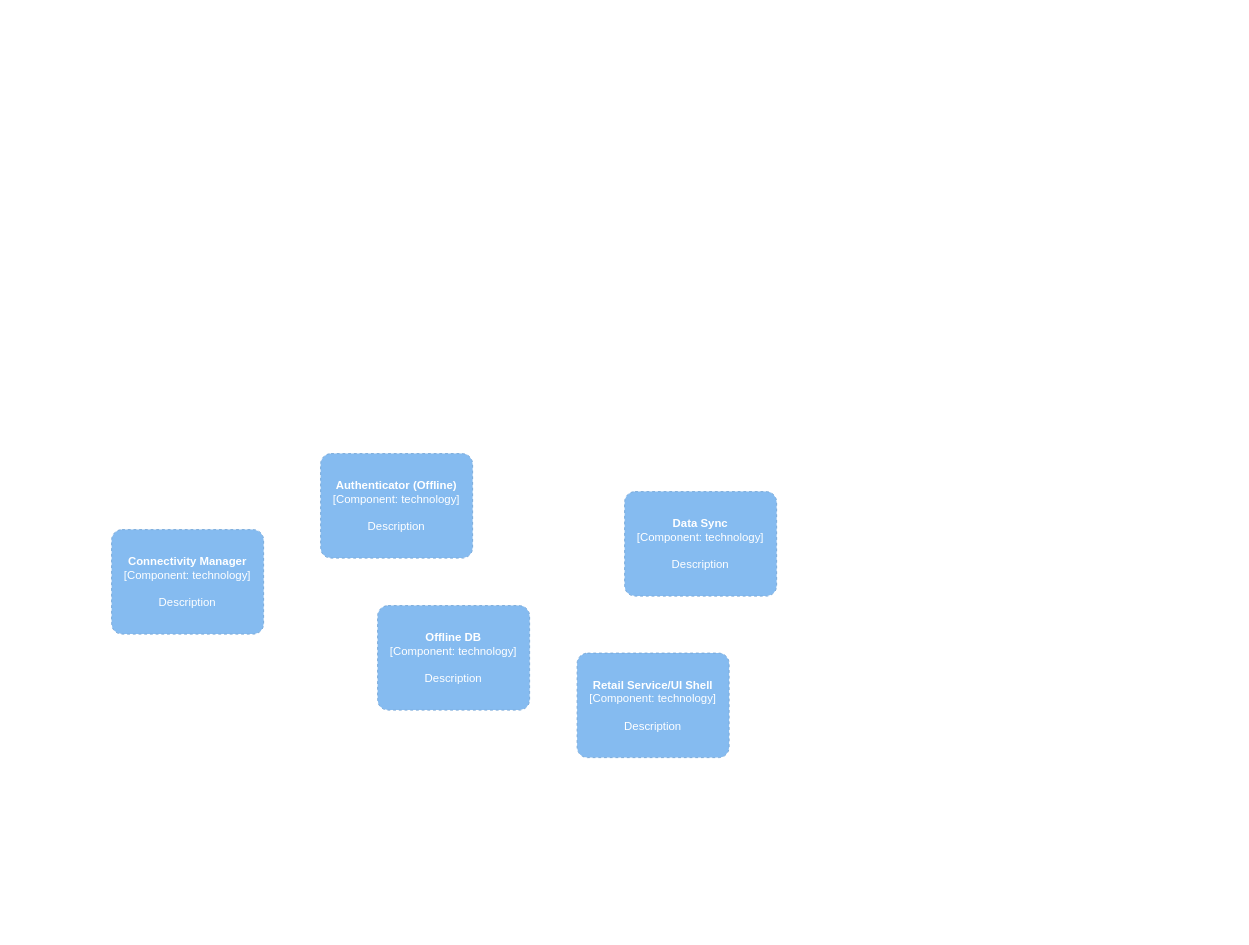
This is page "Page-2" (2 of 7) of Component-Retial.drawio from jayakumargit/Test1, a draw.io file, before an edit. Source tidied: cells renumbered, new cells numbered last; positions are measured from the earlier drawing's top-left corner, leaving out a move shared by most shapes. Both pictures are drawn from the tidied source at 95%, with x=0, y=0 at pixel (111, 453).
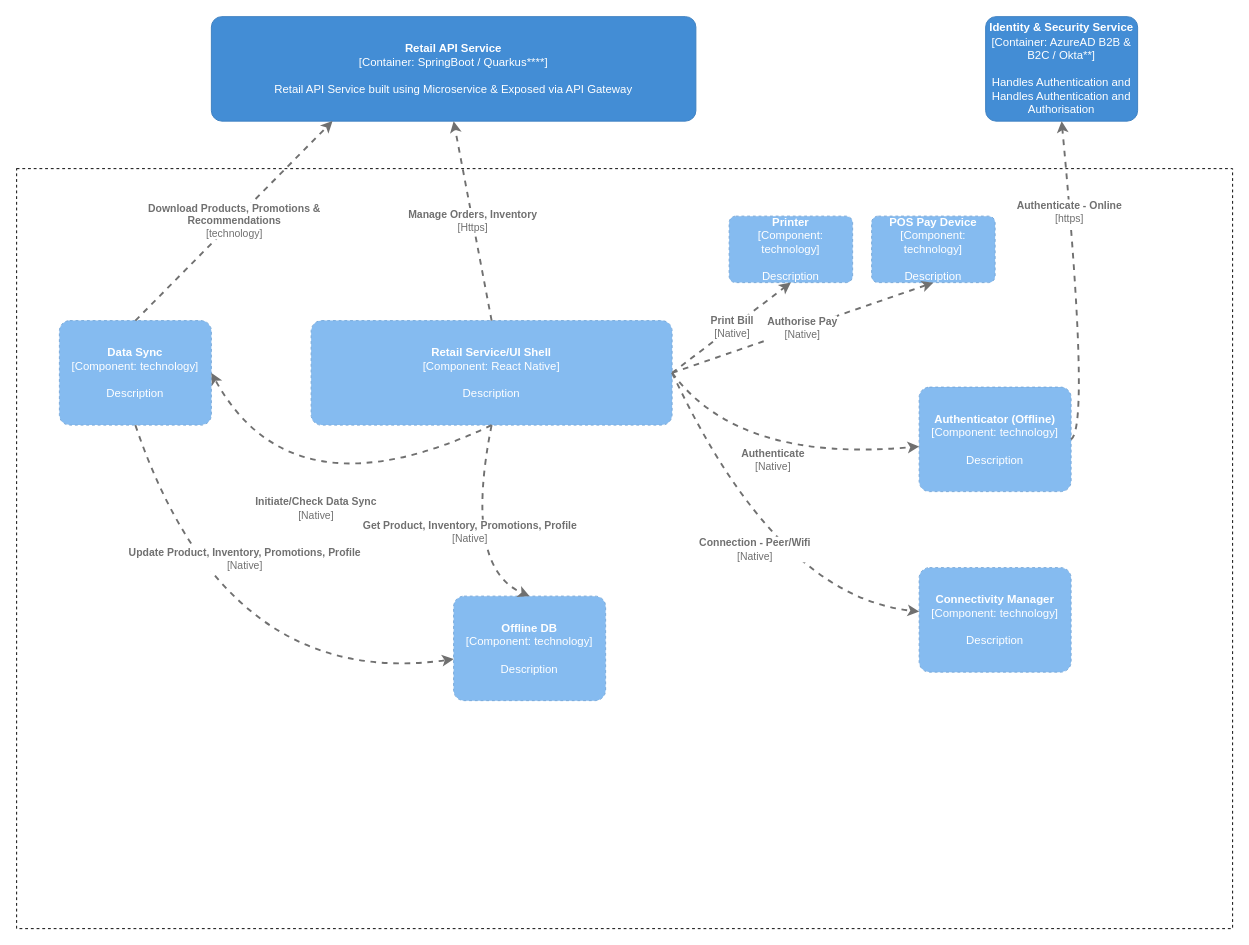
The same diagram, later.

The edit, as a diff of the source:
```diff
@@
+    <mxCell id="7" style="rounded=0;whiteSpace=wrap;html=1;dashed=1;fillColor=#FFFFFF;" parent="1" vertex="1">
+      <mxGeometry x="-100" y="-300" width="1280" height="800" as="geometry" />
+    </mxCell>
     <object id="2" label="&lt;b&gt;%c4Name%&lt;/b&gt;&lt;div&gt;[%c4Type%: %c4Technology%]&lt;/div&gt;&lt;br&gt;&lt;div&gt;%c4Description%&lt;/div&gt;" c4Description="Description" c4Name="Authenticator (Offline)" c4Technology="technology" c4Type="Component" placeholders="1">
       <mxCell style="rounded=1;whiteSpace=wrap;html=1;labelBackgroundColor=none;fillColor=#85BBF0;fontColor=#ffffff;align=center;arcSize=10;strokeColor=#78A8D8;metaData={&quot;c4Type&quot;:{&quot;editable&quot;:false}};points=[[0.25,0,0],[0.5,0,0],[0.75,0,0],[1,0.25,0],[1,0.5,0],[1,0.75,0],[0.75,1,0],[0.5,1,0],[0.25,1,0],[0,0.75,0],[0,0.5,0],[0,0.25,0]];dashed=1;" parent="1" vertex="1">
-        <mxGeometry x="220" width="160" height="110" as="geometry" />
+        <mxGeometry x="850" y="-70" width="160" height="110" as="geometry" />
       </mxCell>
     </object>
     <object id="3" label="&lt;b&gt;%c4Name%&lt;/b&gt;&lt;div&gt;[%c4Type%: %c4Technology%]&lt;/div&gt;&lt;br&gt;&lt;div&gt;%c4Description%&lt;/div&gt;" c4Description="Description" c4Name="Connectivity Manager" c4Technology="technology" c4Type="Component" placeholders="1">
       <mxCell style="rounded=1;whiteSpace=wrap;html=1;labelBackgroundColor=none;fillColor=#85BBF0;fontColor=#ffffff;align=center;arcSize=10;strokeColor=#78A8D8;metaData={&quot;c4Type&quot;:{&quot;editable&quot;:false}};points=[[0.25,0,0],[0.5,0,0],[0.75,0,0],[1,0.25,0],[1,0.5,0],[1,0.75,0],[0.75,1,0],[0.5,1,0],[0.25,1,0],[0,0.75,0],[0,0.5,0],[0,0.25,0]];dashed=1;" parent="1" vertex="1">
-        <mxGeometry y="80" width="160" height="110" as="geometry" />
+        <mxGeometry x="850" y="120" width="160" height="110" as="geometry" />
       </mxCell>
     </object>
     <object id="4" label="&lt;b&gt;%c4Name%&lt;/b&gt;&lt;div&gt;[%c4Type%: %c4Technology%]&lt;/div&gt;&lt;br&gt;&lt;div&gt;%c4Description%&lt;/div&gt;" c4Description="Description" c4Name="Data Sync" c4Technology="technology" c4Type="Component" placeholders="1">
       <mxCell style="rounded=1;whiteSpace=wrap;html=1;labelBackgroundColor=none;fillColor=#85BBF0;fontColor=#ffffff;align=center;arcSize=10;strokeColor=#78A8D8;metaData={&quot;c4Type&quot;:{&quot;editable&quot;:false}};points=[[0.25,0,0],[0.5,0,0],[0.75,0,0],[1,0.25,0],[1,0.5,0],[1,0.75,0],[0.75,1,0],[0.5,1,0],[0.25,1,0],[0,0.75,0],[0,0.5,0],[0,0.25,0]];dashed=1;" parent="1" vertex="1">
-        <mxGeometry x="540" y="40" width="160" height="110" as="geometry" />
+        <mxGeometry x="-55" y="-140" width="160" height="110" as="geometry" />
       </mxCell>
     </object>
     <object id="5" label="&lt;b&gt;%c4Name%&lt;/b&gt;&lt;div&gt;[%c4Type%: %c4Technology%]&lt;/div&gt;&lt;br&gt;&lt;div&gt;%c4Description%&lt;/div&gt;" c4Description="Description" c4Name="Offline DB" c4Technology="technology" c4Type="Component" placeholders="1">
       <mxCell style="rounded=1;whiteSpace=wrap;html=1;labelBackgroundColor=none;fillColor=#85BBF0;fontColor=#ffffff;align=center;arcSize=10;strokeColor=#78A8D8;metaData={&quot;c4Type&quot;:{&quot;editable&quot;:false}};points=[[0.25,0,0],[0.5,0,0],[0.75,0,0],[1,0.25,0],[1,0.5,0],[1,0.75,0],[0.75,1,0],[0.5,1,0],[0.25,1,0],[0,0.75,0],[0,0.5,0],[0,0.25,0]];dashed=1;" parent="1" vertex="1">
-        <mxGeometry x="280" y="160" width="160" height="110" as="geometry" />
+        <mxGeometry x="360" y="150" width="160" height="110" as="geometry" />
       </mxCell>
     </object>
-    <object id="6" label="&lt;b&gt;%c4Name%&lt;/b&gt;&lt;div&gt;[%c4Type%: %c4Technology%]&lt;/div&gt;&lt;br&gt;&lt;div&gt;%c4Description%&lt;/div&gt;" c4Description="Description" c4Name="Retail Service/UI Shell" c4Technology="technology" c4Type="Component" placeholders="1">
+    <object id="6" label="&lt;b&gt;%c4Name%&lt;/b&gt;&lt;div&gt;[%c4Type%: %c4Technology%]&lt;/div&gt;&lt;br&gt;&lt;div&gt;%c4Description%&lt;/div&gt;" c4Description="Description" c4Name="Retail Service/UI Shell" c4Technology="React Native" c4Type="Component" placeholders="1">
       <mxCell style="rounded=1;whiteSpace=wrap;html=1;labelBackgroundColor=none;fillColor=#85BBF0;fontColor=#ffffff;align=center;arcSize=10;strokeColor=#78A8D8;metaData={&quot;c4Type&quot;:{&quot;editable&quot;:false}};points=[[0.25,0,0],[0.5,0,0],[0.75,0,0],[1,0.25,0],[1,0.5,0],[1,0.75,0],[0.75,1,0],[0.5,1,0],[0.25,1,0],[0,0.75,0],[0,0.5,0],[0,0.25,0]];dashed=1;" parent="1" vertex="1">
-        <mxGeometry x="490" y="210" width="160" height="110" as="geometry" />
+        <mxGeometry x="210" y="-140" width="380" height="110" as="geometry" />
       </mxCell>
     </object>
+    <object id="8" label="&lt;div style=&quot;text-align: left&quot;&gt;&lt;div style=&quot;text-align: center&quot;&gt;&lt;b&gt;%c4Description%&lt;/b&gt;&lt;/div&gt;&lt;div style=&quot;text-align: center&quot;&gt;[%c4Technology%]&lt;/div&gt;&lt;/div&gt;" c4Description="Authenticate" c4Technology="Native" placeholders="1">
+      <mxCell style="edgeStyle=none;html=1;jettySize=auto;strokeColor=#707070;strokeWidth=2;fontColor=#707070;jumpStyle=none;dashed=1;metaData={&quot;c4Type&quot;:{&quot;editable&quot;:false}};exitX=1;exitY=0.5;exitDx=0;exitDy=0;exitPerimeter=0;curved=1;" parent="1" edge="1" source="6" target="2">
+        <mxGeometry relative="1" as="geometry">
+          <Array as="points">
+            <mxPoint x="660" y="10" />
+          </Array>
+        </mxGeometry>
+      </mxCell>
+    </object>
+    <object id="9" label="&lt;div style=&quot;text-align: left&quot;&gt;&lt;div style=&quot;text-align: center&quot;&gt;&lt;b&gt;%c4Description%&lt;/b&gt;&lt;/div&gt;&lt;div style=&quot;text-align: center&quot;&gt;[%c4Technology%]&lt;/div&gt;&lt;/div&gt;" c4Description="Initiate/Check Data Sync" c4Technology="Native" placeholders="1">
+      <mxCell style="edgeStyle=none;html=1;entryX=1;entryY=0.5;jettySize=auto;strokeColor=#707070;strokeWidth=2;fontColor=#707070;jumpStyle=none;dashed=1;metaData={&quot;c4Type&quot;:{&quot;editable&quot;:false}};exitX=0.5;exitY=1;exitDx=0;exitDy=0;exitPerimeter=0;entryDx=0;entryDy=0;entryPerimeter=0;curved=1;" parent="1" edge="1" source="6" target="4">
+        <mxGeometry relative="1" as="geometry">
+          <Array as="points">
+            <mxPoint x="190" y="70" />
+          </Array>
+        </mxGeometry>
+      </mxCell>
+    </object>
+    <object id="10" label="&lt;b&gt;%c4Name%&lt;/b&gt;&lt;div&gt;[%c4Type%: %c4Technology%]&lt;/div&gt;&lt;br&gt;&lt;div&gt;%c4Description%&lt;/div&gt;" c4Description="Retail API Service built using Microservice &amp; Exposed via API Gateway" c4Name="Retail API Service" c4Technology="SpringBoot / Quarkus****" c4Type="Container" placeholders="1">
+      <mxCell style="rounded=1;whiteSpace=wrap;html=1;labelBackgroundColor=none;fillColor=#438DD5;fontColor=#ffffff;align=center;arcSize=10;strokeColor=#3C7FC0;metaData={&quot;c4Type&quot;:{&quot;editable&quot;:false}};points=[[0.25,0,0],[0.5,0,0],[0.75,0,0],[1,0.25,0],[1,0.5,0],[1,0.75,0],[0.75,1,0],[0.5,1,0],[0.25,1,0],[0,0.75,0],[0,0.5,0],[0,0.25,0]];" parent="1" vertex="1">
+        <mxGeometry x="105" y="-460" width="510" height="110" as="geometry" />
+      </mxCell>
+    </object>
+    <object id="11" label="&lt;div style=&quot;text-align: left&quot;&gt;&lt;div style=&quot;text-align: center&quot;&gt;&lt;b&gt;%c4Description%&lt;/b&gt;&lt;/div&gt;&lt;div style=&quot;text-align: center&quot;&gt;[%c4Technology%]&lt;/div&gt;&lt;/div&gt;" c4Description="Download Products, Promotions &amp; &#10;Recommendations" c4Technology="technology" placeholders="1">
+      <mxCell style="edgeStyle=none;rounded=0;html=1;entryX=0.25;entryY=1;jettySize=auto;strokeColor=#707070;strokeWidth=2;fontColor=#707070;jumpStyle=none;dashed=1;metaData={&quot;c4Type&quot;:{&quot;editable&quot;:false}};exitX=0.5;exitY=0;exitDx=0;exitDy=0;exitPerimeter=0;entryDx=0;entryDy=0;entryPerimeter=0;" parent="1" edge="1" source="4" target="10">
+        <mxGeometry relative="1" as="geometry" />
+      </mxCell>
+    </object>
+    <object id="12" label="&lt;div style=&quot;text-align: left&quot;&gt;&lt;div style=&quot;text-align: center&quot;&gt;&lt;b&gt;%c4Description%&lt;/b&gt;&lt;/div&gt;&lt;div style=&quot;text-align: center&quot;&gt;[%c4Technology%]&lt;/div&gt;&lt;/div&gt;" c4Description="Manage Orders, Inventory" c4Technology="Https" placeholders="1">
+      <mxCell style="edgeStyle=none;rounded=0;html=1;entryX=0.5;entryY=1;jettySize=auto;strokeColor=#707070;strokeWidth=2;fontColor=#707070;jumpStyle=none;dashed=1;metaData={&quot;c4Type&quot;:{&quot;editable&quot;:false}};entryDx=0;entryDy=0;entryPerimeter=0;exitX=0.5;exitY=0;exitDx=0;exitDy=0;exitPerimeter=0;" parent="1" edge="1" source="6" target="10">
+        <mxGeometry relative="1" as="geometry" />
+      </mxCell>
+    </object>
+    <object id="13" label="&lt;b&gt;%c4Name%&lt;/b&gt;&lt;div&gt;[%c4Type%: %c4Technology%]&lt;/div&gt;&lt;br&gt;&lt;div&gt;%c4Description%&lt;/div&gt;" c4Description="Handles Authentication and Handles Authentication and Authorisation" c4Name="Identity &amp; Security Service" c4Technology="AzureAD B2B &amp; B2C / Okta**" c4Type="Container" placeholders="1">
+      <mxCell style="rounded=1;whiteSpace=wrap;html=1;labelBackgroundColor=none;fillColor=#438DD5;fontColor=#ffffff;align=center;arcSize=10;strokeColor=#3C7FC0;metaData={&quot;c4Type&quot;:{&quot;editable&quot;:false}};points=[[0.25,0,0],[0.5,0,0],[0.75,0,0],[1,0.25,0],[1,0.5,0],[1,0.75,0],[0.75,1,0],[0.5,1,0],[0.25,1,0],[0,0.75,0],[0,0.5,0],[0,0.25,0]];" parent="1" vertex="1">
+        <mxGeometry x="920" y="-460" width="160" height="110" as="geometry" />
+      </mxCell>
+    </object>
+    <object id="14" label="&lt;div style=&quot;text-align: left&quot;&gt;&lt;div style=&quot;text-align: center&quot;&gt;&lt;b&gt;%c4Description%&lt;/b&gt;&lt;/div&gt;&lt;div style=&quot;text-align: center&quot;&gt;[%c4Technology%]&lt;/div&gt;&lt;/div&gt;" c4Description="Authenticate - Online" c4Technology="https" placeholders="1">
+      <mxCell style="edgeStyle=none;html=1;entryX=0.5;entryY=1;jettySize=auto;strokeColor=#707070;strokeWidth=2;fontColor=#707070;jumpStyle=none;dashed=1;metaData={&quot;c4Type&quot;:{&quot;editable&quot;:false}};exitX=1;exitY=0.5;exitDx=0;exitDy=0;exitPerimeter=0;entryDx=0;entryDy=0;entryPerimeter=0;curved=1;" parent="1" edge="1" source="2" target="13">
+        <mxGeometry x="0.44" y="1" relative="1" as="geometry">
+          <Array as="points">
+            <mxPoint x="1030" y="-30" />
+          </Array>
+          <mxPoint y="-1" as="offset" />
+        </mxGeometry>
+      </mxCell>
+    </object>
+    <object id="15" label="&lt;div style=&quot;text-align: left&quot;&gt;&lt;div style=&quot;text-align: center&quot;&gt;&lt;b&gt;%c4Description%&lt;/b&gt;&lt;/div&gt;&lt;div style=&quot;text-align: center&quot;&gt;[%c4Technology%]&lt;/div&gt;&lt;/div&gt;" c4Description="Connection - Peer/Wifi" c4Technology="Native" placeholders="1">
+      <mxCell style="edgeStyle=none;html=1;jettySize=auto;strokeColor=#707070;strokeWidth=2;fontColor=#707070;jumpStyle=none;dashed=1;metaData={&quot;c4Type&quot;:{&quot;editable&quot;:false}};exitX=1;exitY=0.5;exitDx=0;exitDy=0;exitPerimeter=0;curved=1;" parent="1" edge="1" source="6" target="3">
+        <mxGeometry relative="1" as="geometry">
+          <Array as="points">
+            <mxPoint x="700" y="150" />
+          </Array>
+        </mxGeometry>
+      </mxCell>
+    </object>
+    <object id="16" label="&lt;div style=&quot;text-align: left&quot;&gt;&lt;div style=&quot;text-align: center&quot;&gt;&lt;b&gt;%c4Description%&lt;/b&gt;&lt;/div&gt;&lt;div style=&quot;text-align: center&quot;&gt;[%c4Technology%]&lt;/div&gt;&lt;/div&gt;" c4Description="Update Product, Inventory, Promotions, Profile" c4Technology="Native" placeholders="1">
+      <mxCell style="edgeStyle=none;html=1;jettySize=auto;strokeColor=#707070;strokeWidth=2;fontColor=#707070;jumpStyle=none;dashed=1;metaData={&quot;c4Type&quot;:{&quot;editable&quot;:false}};exitX=0.5;exitY=1;exitDx=0;exitDy=0;exitPerimeter=0;curved=1;" parent="1" edge="1" source="4" target="5">
+        <mxGeometry x="-0.36" y="64" relative="1" as="geometry">
+          <Array as="points">
+            <mxPoint x="120" y="250" />
+          </Array>
+          <mxPoint x="-1" y="-1" as="offset" />
+        </mxGeometry>
+      </mxCell>
+    </object>
+    <object id="17" label="&lt;div style=&quot;text-align: left&quot;&gt;&lt;div style=&quot;text-align: center&quot;&gt;&lt;b&gt;%c4Description%&lt;/b&gt;&lt;/div&gt;&lt;div style=&quot;text-align: center&quot;&gt;[%c4Technology%]&lt;/div&gt;&lt;/div&gt;" c4Description="Get Product, Inventory, Promotions, Profile" c4Technology="Native" placeholders="1">
+      <mxCell style="edgeStyle=none;html=1;entryX=0.5;entryY=0;jettySize=auto;strokeColor=#707070;strokeWidth=2;fontColor=#707070;jumpStyle=none;dashed=1;metaData={&quot;c4Type&quot;:{&quot;editable&quot;:false}};exitX=0.5;exitY=1;exitDx=0;exitDy=0;exitPerimeter=0;entryDx=0;entryDy=0;entryPerimeter=0;curved=1;" parent="1" edge="1" source="6" target="5">
+        <mxGeometry relative="1" as="geometry">
+          <Array as="points">
+            <mxPoint x="370" y="120" />
+          </Array>
+        </mxGeometry>
+      </mxCell>
+    </object>
+    <object id="18" label="&lt;b&gt;%c4Name%&lt;/b&gt;&lt;div&gt;[%c4Type%: %c4Technology%]&lt;/div&gt;&lt;br&gt;&lt;div&gt;%c4Description%&lt;/div&gt;" c4Description="Description" c4Name="Printer" c4Technology="technology" c4Type="Component" placeholders="1">
+      <mxCell style="rounded=1;whiteSpace=wrap;html=1;labelBackgroundColor=none;fillColor=#85BBF0;fontColor=#ffffff;align=center;arcSize=10;strokeColor=#78A8D8;metaData={&quot;c4Type&quot;:{&quot;editable&quot;:false}};points=[[0.25,0,0],[0.5,0,0],[0.75,0,0],[1,0.25,0],[1,0.5,0],[1,0.75,0],[0.75,1,0],[0.5,1,0],[0.25,1,0],[0,0.75,0],[0,0.5,0],[0,0.25,0]];dashed=1;" parent="1" vertex="1">
+        <mxGeometry x="650" y="-250" width="130" height="70" as="geometry" />
+      </mxCell>
+    </object>
+    <object id="19" label="&lt;b&gt;%c4Name%&lt;/b&gt;&lt;div&gt;[%c4Type%: %c4Technology%]&lt;/div&gt;&lt;br&gt;&lt;div&gt;%c4Description%&lt;/div&gt;" c4Description="Description" c4Name="POS Pay Device" c4Technology="technology" c4Type="Component" placeholders="1">
+      <mxCell style="rounded=1;whiteSpace=wrap;html=1;labelBackgroundColor=none;fillColor=#85BBF0;fontColor=#ffffff;align=center;arcSize=10;strokeColor=#78A8D8;metaData={&quot;c4Type&quot;:{&quot;editable&quot;:false}};points=[[0.25,0,0],[0.5,0,0],[0.75,0,0],[1,0.25,0],[1,0.5,0],[1,0.75,0],[0.75,1,0],[0.5,1,0],[0.25,1,0],[0,0.75,0],[0,0.5,0],[0,0.25,0]];dashed=1;" parent="1" vertex="1">
+        <mxGeometry x="800" y="-250" width="130" height="70" as="geometry" />
+      </mxCell>
+    </object>
+    <object id="20" label="&lt;div style=&quot;text-align: left&quot;&gt;&lt;div style=&quot;text-align: center&quot;&gt;&lt;b&gt;%c4Description%&lt;/b&gt;&lt;/div&gt;&lt;div style=&quot;text-align: center&quot;&gt;[%c4Technology%]&lt;/div&gt;&lt;/div&gt;" c4Description="Print Bill" c4Technology="Native" placeholders="1">
+      <mxCell style="edgeStyle=none;rounded=0;html=1;entryX=0.5;entryY=1;jettySize=auto;strokeColor=#707070;strokeWidth=2;fontColor=#707070;jumpStyle=none;dashed=1;metaData={&quot;c4Type&quot;:{&quot;editable&quot;:false}};entryDx=0;entryDy=0;entryPerimeter=0;exitX=1;exitY=0.5;exitDx=0;exitDy=0;exitPerimeter=0;" parent="1" edge="1" source="6" target="18">
+        <mxGeometry relative="1" as="geometry" />
+      </mxCell>
+    </object>
+    <object id="21" label="&lt;div style=&quot;text-align: left&quot;&gt;&lt;div style=&quot;text-align: center&quot;&gt;&lt;b&gt;%c4Description%&lt;/b&gt;&lt;/div&gt;&lt;div style=&quot;text-align: center&quot;&gt;[%c4Technology%]&lt;/div&gt;&lt;/div&gt;" c4Description="Authorise Pay" c4Technology="Native" placeholders="1">
+      <mxCell style="edgeStyle=none;rounded=0;html=1;entryX=0.5;entryY=1;jettySize=auto;strokeColor=#707070;strokeWidth=2;fontColor=#707070;jumpStyle=none;dashed=1;metaData={&quot;c4Type&quot;:{&quot;editable&quot;:false}};entryDx=0;entryDy=0;entryPerimeter=0;exitX=1;exitY=0.5;exitDx=0;exitDy=0;exitPerimeter=0;" parent="1" edge="1" source="6" target="19">
+        <mxGeometry relative="1" as="geometry" />
+      </mxCell>
+    </object>
```
